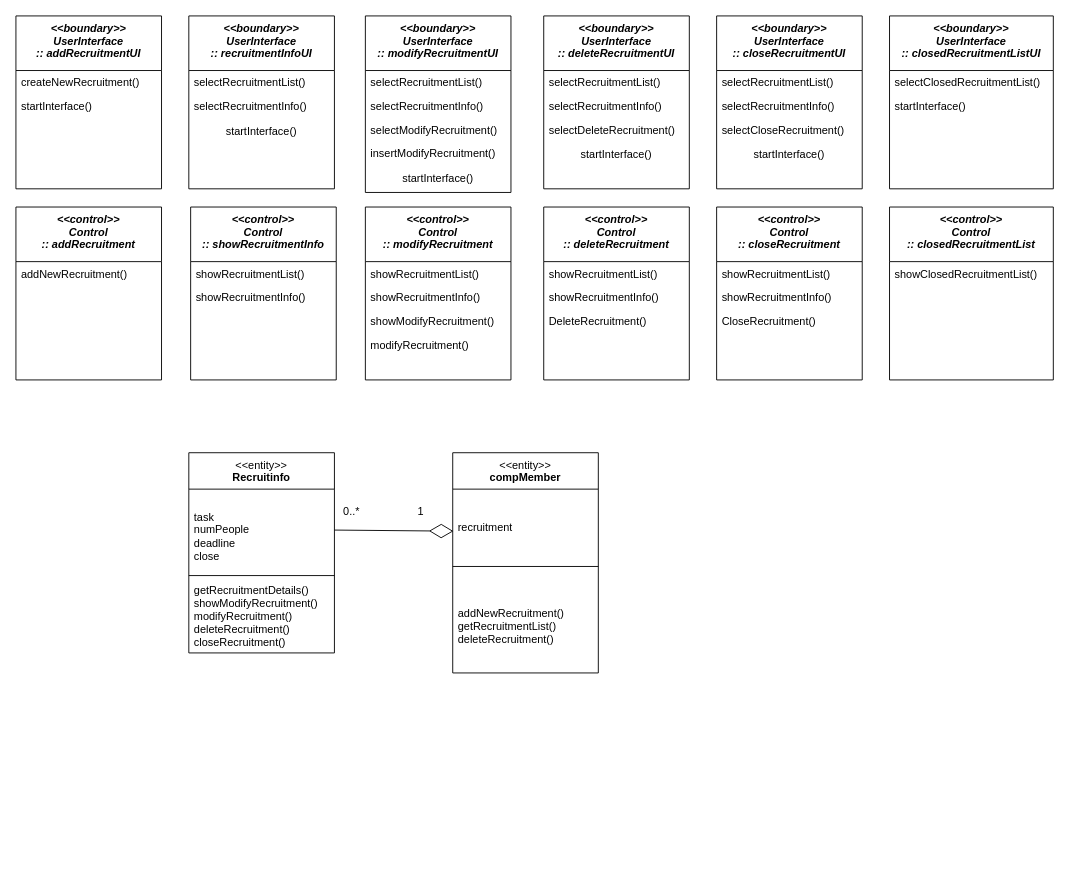
Earlier version of the draw.io diagram analysis_class_diagram/analysis_class_diagram_최승혁.drawio (hjee02018/RecruitSystem). Source tidied: cells renumbered, new cells numbered last; positions are measured from the earlier drawing's top-left corner, leaving out a move shared by most shapes. Both pictures are drawn from the tidied source at 91%, with x=0, y=0 at pixel (15, 15).
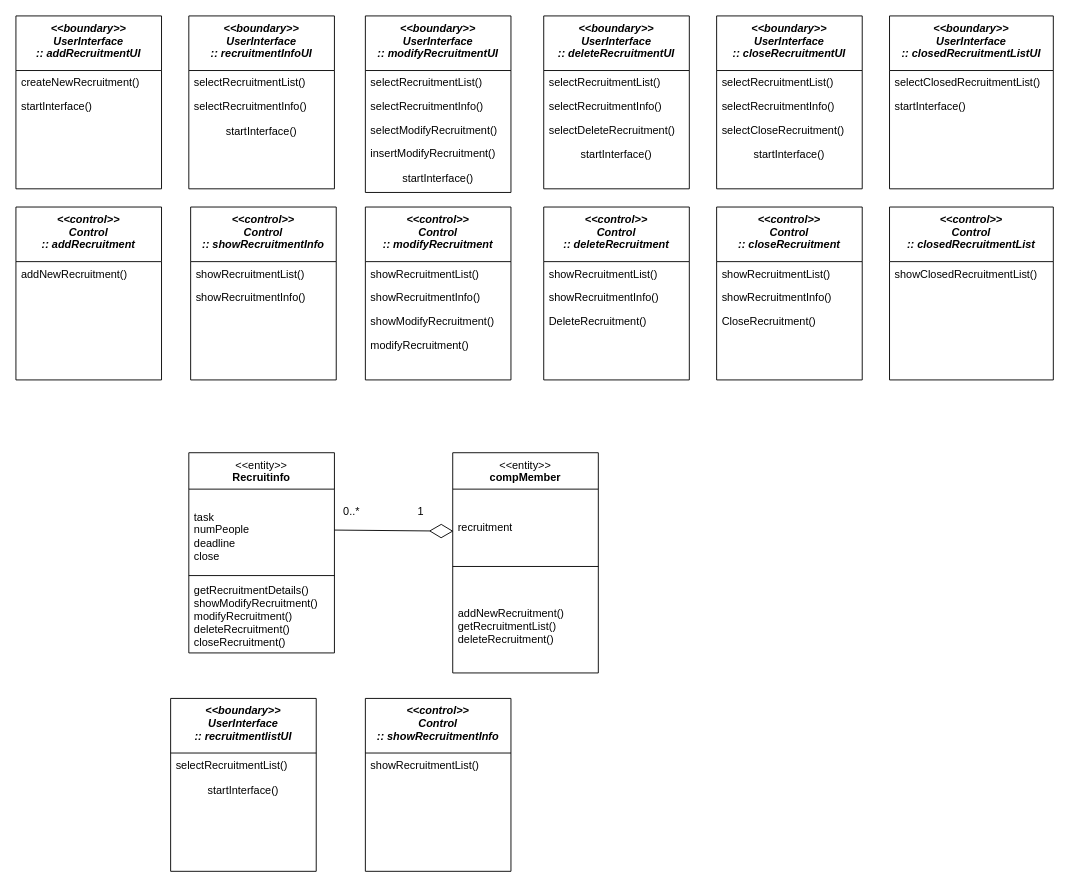
The same diagram, later.

Change to the diagram source:
```diff
@@
+    <mxCell id="59" value="&lt;&lt;boundary&gt;&gt;&#10;UserInterface&#10;:: recruitmentlistUI" style="swimlane;fontStyle=3;align=center;verticalAlign=top;horizontal=1;startSize=60;rounded=0;shadow=0;strokeWidth=1;" parent="1" vertex="1">
+      <mxGeometry x="170" y="750" width="160" height="190" as="geometry" />
+    </mxCell>
+    <mxCell id="60" value="selectRecruitmentList()" style="text;align=left;verticalAlign=top;spacingLeft=4;spacingRight=4;overflow=hidden;" parent="59" vertex="1">
+      <mxGeometry y="60" width="160" height="26" as="geometry" />
+    </mxCell>
+    <mxCell id="61" value="startInterface()" style="text;html=1;strokeColor=none;fillColor=none;align=center;verticalAlign=middle;whiteSpace=wrap;rounded=0;" parent="59" vertex="1">
+      <mxGeometry y="86" width="160" height="30" as="geometry" />
+    </mxCell>
+    <mxCell id="62" value="&lt;&lt;control&gt;&gt;&#10;Control&#10;:: showRecruitmentInfo" style="swimlane;fontStyle=3;align=center;verticalAlign=top;horizontal=1;startSize=60;rounded=0;shadow=0;strokeWidth=1;" parent="1" vertex="1">
+      <mxGeometry x="384" y="750" width="160" height="190" as="geometry" />
+    </mxCell>
+    <mxCell id="63" value="showRecruitmentList()" style="text;align=left;verticalAlign=top;spacingLeft=4;spacingRight=4;overflow=hidden;" parent="62" vertex="1">
+      <mxGeometry y="60" width="160" height="26" as="geometry" />
+    </mxCell>
```
